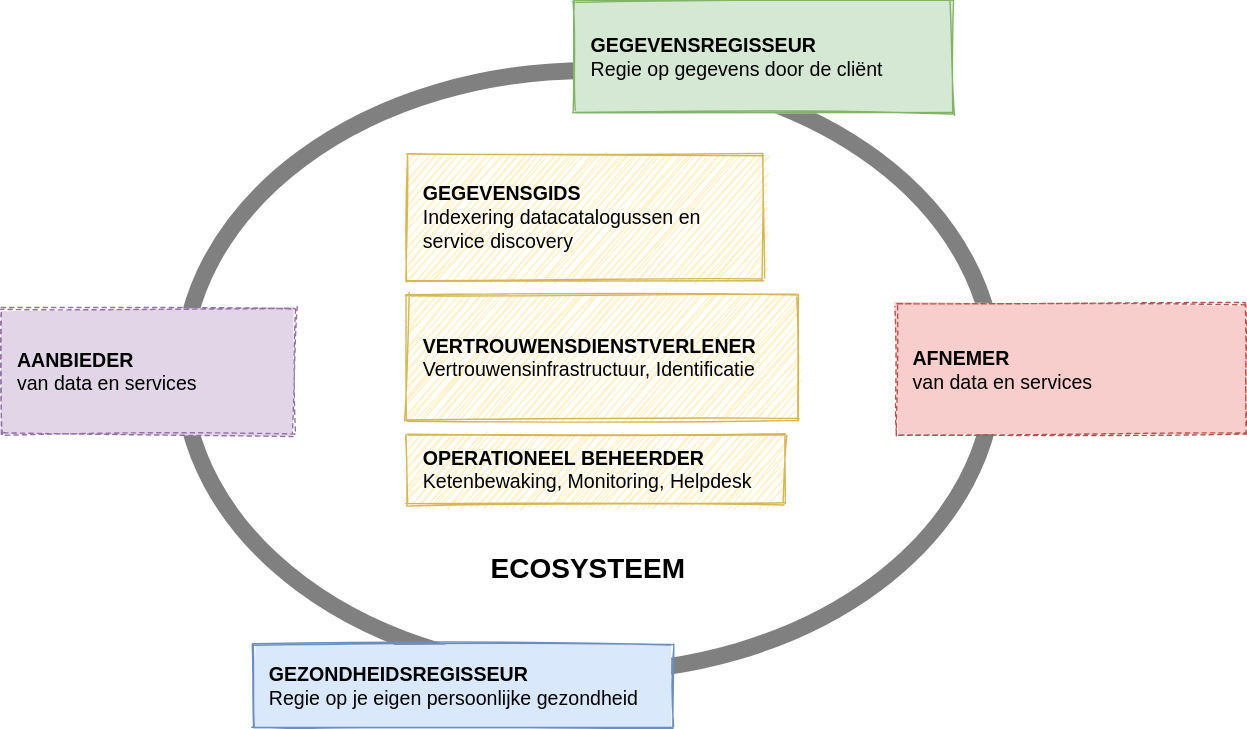
Above: .gitbook/assets/technology/actors.svg in dizra/docs (draw.io), before the change. Source tidied: cells renumbered, new cells last; positions are measured from the earlier drawing's top-left corner, leaving out a move shared by most shapes.
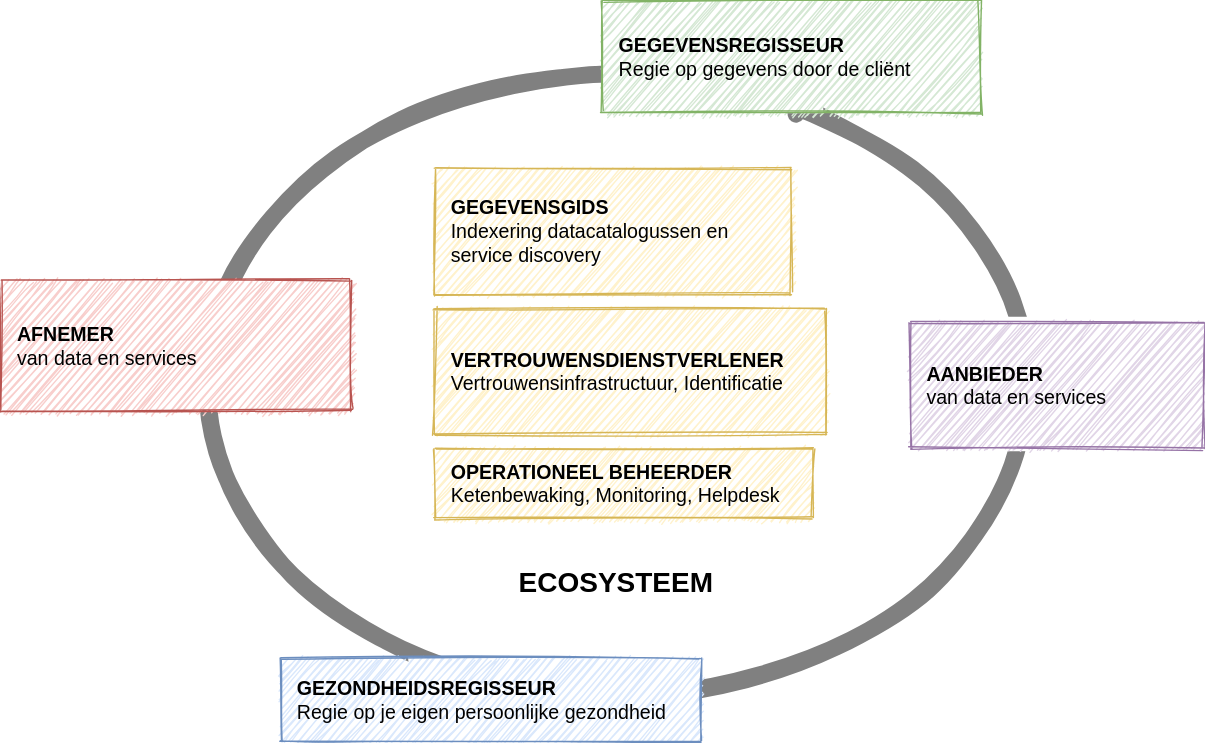
After the change.

What changed in the source:
```diff
@@ -2,28 +2,40 @@
   <root>
     <mxCell id="0" />
     <mxCell id="1" parent="0" />
-    <mxCell id="2" value="ECOSYSTEEM" style="ellipse;whiteSpace=wrap;html=1;verticalAlign=bottom;spacingBottom=60;fontSize=20;fontStyle=1;strokeWidth=12;fillColor=none;strokeColor=#808080;sketch=0;perimeterSpacing=0;" parent="1" vertex="1">
+    <mxCell id="2" value="ECOSYSTEEM" style="ellipse;whiteSpace=wrap;html=1;verticalAlign=bottom;spacingBottom=60;fontSize=20;fontStyle=1;strokeWidth=12;fillColor=none;strokeColor=#808080;sketch=1;perimeterSpacing=0;" parent="1" vertex="1">
       <mxGeometry x="130" y="50" width="580" height="430" as="geometry" />
     </mxCell>
-    <mxCell id="3" value="AANBIEDER&lt;br&gt;&lt;span style=&quot;font-weight: normal&quot;&gt;van data en services&lt;/span&gt;" style="rounded=0;whiteSpace=wrap;html=1;fontSize=14;verticalAlign=middle;dashed=1;fillColor=#e1d5e7;strokeColor=#9673a6;glass=0;strokeOpacity=100;sketch=1;fillStyle=solid;fontStyle=1;spacingLeft=10;align=left;" parent="1" vertex="1">
-      <mxGeometry y="220" width="210" height="90" as="geometry" />
-    </mxCell>
-    <mxCell id="4" value="&lt;b&gt;AFNEMER&lt;/b&gt;&lt;br&gt;van data en services" style="rounded=0;whiteSpace=wrap;html=1;fontSize=14;verticalAlign=middle;dashed=1;fillColor=#f8cecc;strokeColor=#b85450;glass=0;sketch=1;fillStyle=solid;align=left;spacingLeft=10;" parent="1" vertex="1">
-      <mxGeometry x="640" y="217" width="250" height="93" as="geometry" />
-    </mxCell>
     <mxCell id="5" value="&lt;b&gt;OPERATIONEEL BEHEERDER&lt;br&gt;&lt;/b&gt;Ketenbewaking, Monitoring, Helpdesk&amp;nbsp;" style="rounded=0;whiteSpace=wrap;html=1;fillColor=#fff2cc;strokeColor=#d6b656;fontSize=14;align=left;spacingLeft=10;sketch=1;fillStyle=auto;" parent="1" vertex="1">
       <mxGeometry x="290" y="310" width="270" height="50" as="geometry" />
     </mxCell>
-    <mxCell id="6" value="&lt;b&gt;GEGEVENSREGISSEUR&lt;/b&gt;&lt;br&gt;Regie op gegevens door de cliënt" style="rounded=0;whiteSpace=wrap;html=1;fillColor=#d5e8d4;strokeColor=#82b366;fontSize=14;align=left;spacingLeft=10;sketch=1;fillStyle=solid;" parent="1" vertex="1">
-      <mxGeometry x="410" width="270" height="80" as="geometry" />
-    </mxCell>
     <mxCell id="7" value="&lt;b&gt;GEGEVENSGIDS&lt;br&gt;&lt;/b&gt;Indexering datacatalogussen en service discovery" style="rounded=0;whiteSpace=wrap;html=1;fillColor=#fff2cc;strokeColor=#d6b656;fontSize=14;align=left;spacingLeft=10;sketch=1;fillStyle=auto;" parent="1" vertex="1">
       <mxGeometry x="290" y="110" width="255" height="90" as="geometry" />
     </mxCell>
     <mxCell id="8" value="&lt;b&gt;VERTROUWENSDIENSTVERLENER&lt;br&gt;&lt;/b&gt;Vertrouwensinfrastructuur,&amp;nbsp;Identificatie" style="rounded=0;whiteSpace=wrap;html=1;fillColor=#fff2cc;strokeColor=#d6b656;fontSize=14;align=left;spacingLeft=10;shadow=0;sketch=1;fillStyle=auto;" parent="1" vertex="1">
       <mxGeometry x="290" y="210" width="280" height="90" as="geometry" />
     </mxCell>
+    <mxCell id="10" style="rounded=0;whiteSpace=wrap;html=1;fontSize=14;verticalAlign=middle;glass=0;sketch=1;fillStyle=solid;align=left;spacingLeft=10;strokeColor=none;" parent="1" vertex="1">
+      <mxGeometry x="120" y="190" width="40" height="93" as="geometry" />
+    </mxCell>
+    <mxCell id="4" value="&lt;b&gt;AFNEMER&lt;/b&gt;&lt;br&gt;van data en services" style="rounded=0;whiteSpace=wrap;html=1;fontSize=14;verticalAlign=middle;fillColor=#f8cecc;strokeColor=#b85450;glass=0;sketch=1;fillStyle=auto;align=left;spacingLeft=10;" parent="1" vertex="1">
+      <mxGeometry x="-20" y="190" width="250" height="93" as="geometry" />
+    </mxCell>
+    <mxCell id="11" style="rounded=0;whiteSpace=wrap;html=1;fontSize=14;verticalAlign=middle;glass=0;sketch=1;fillStyle=solid;align=left;spacingLeft=10;strokeColor=none;rotation=90;" parent="1" vertex="1">
+      <mxGeometry x="467.3" y="-31.3" width="42" height="157.5" as="geometry" />
+    </mxCell>
+    <mxCell id="12" style="rounded=0;whiteSpace=wrap;html=1;fontSize=14;verticalAlign=middle;glass=0;sketch=1;fillStyle=solid;align=left;spacingLeft=10;strokeColor=none;" parent="1" vertex="1">
+      <mxGeometry x="690" y="217" width="40" height="93" as="geometry" />
+    </mxCell>
+    <mxCell id="3" value="AANBIEDER&lt;br&gt;&lt;span style=&quot;font-weight: normal&quot;&gt;van data en services&lt;/span&gt;" style="rounded=0;whiteSpace=wrap;html=1;fontSize=14;verticalAlign=middle;fillColor=#e1d5e7;strokeColor=#9673a6;glass=0;strokeOpacity=100;sketch=1;fillStyle=auto;fontStyle=1;spacingLeft=10;align=left;" parent="1" vertex="1">
+      <mxGeometry x="630" y="220" width="210" height="90" as="geometry" />
+    </mxCell>
+    <mxCell id="13" style="rounded=0;whiteSpace=wrap;html=1;fontSize=14;verticalAlign=middle;glass=0;sketch=1;fillStyle=solid;align=left;spacingLeft=10;strokeColor=none;rotation=90;" parent="1" vertex="1">
+      <mxGeometry x="356" y="376" width="40" height="207" as="geometry" />
+    </mxCell>
+    <mxCell id="6" value="&lt;b&gt;GEGEVENSREGISSEUR&lt;/b&gt;&lt;br&gt;Regie op gegevens door de cliënt" style="rounded=0;whiteSpace=wrap;html=1;fillColor=#d5e8d4;strokeColor=#82b366;fontSize=14;align=left;spacingLeft=10;sketch=1;fillStyle=auto;" parent="1" vertex="1">
+      <mxGeometry x="410" y="-10" width="270" height="80" as="geometry" />
+    </mxCell>
-    <mxCell id="9" value="&lt;b&gt;GEZONDHEIDSREGISSEUR&lt;/b&gt;&lt;br&gt;Regie op je eigen persoonlijke gezondheid" style="rounded=0;whiteSpace=wrap;html=1;fillColor=#dae8fc;strokeColor=#6c8ebf;fontSize=14;align=left;spacingLeft=10;sketch=1;fillStyle=solid;" parent="1" vertex="1">
+    <mxCell id="9" value="&lt;b&gt;GEZONDHEIDSREGISSEUR&lt;/b&gt;&lt;br&gt;Regie op je eigen persoonlijke gezondheid" style="rounded=0;whiteSpace=wrap;html=1;fillColor=#dae8fc;strokeColor=#6c8ebf;fontSize=14;align=left;spacingLeft=10;sketch=1;fillStyle=auto;" parent="1" vertex="1">
       <mxGeometry x="180" y="460" width="300" height="60" as="geometry" />
     </mxCell>
   </root>
```
